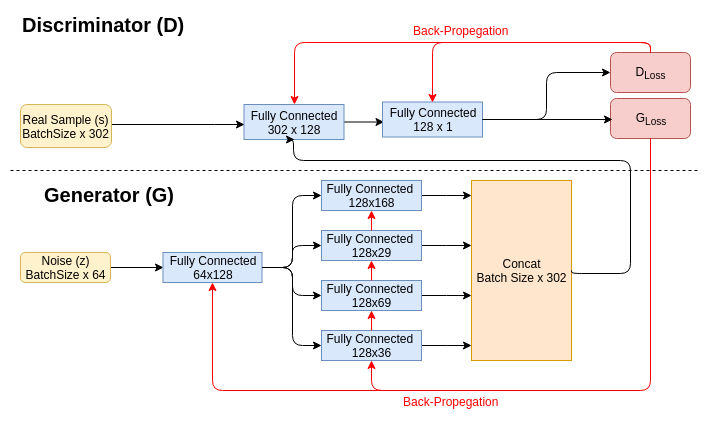
The draw.io diagram 04_design_implementation/figs/model_simple.png in AMRakibulHasan/Sweet_Thesis, before a commit. Source tidied: cells renumbered, new cells last; positions are measured from the earlier drawing's top-left corner, leaving out a move shared by most shapes.
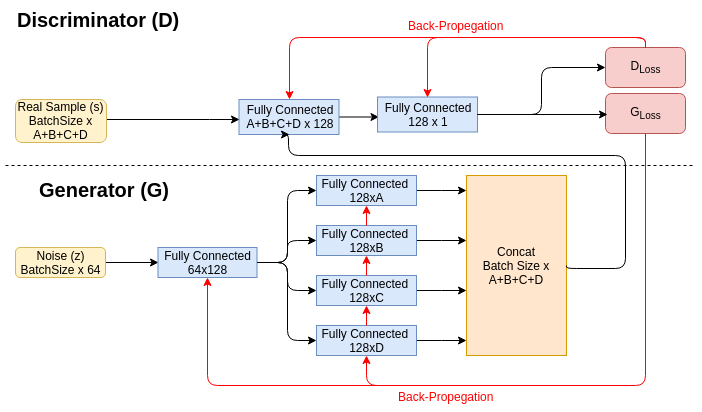
After the change.

What changed in the source:
```diff
@@ -14,25 +14,25 @@
     <mxCell id="5" style="edgeStyle=elbowEdgeStyle;rounded=0;html=1;jettySize=auto;elbow=vertical;" parent="1" edge="1" source="6" target="23">
       <mxGeometry relative="1" as="geometry" />
     </mxCell>
-    <mxCell id="6" value="Fully Connected&amp;nbsp;&lt;br&gt;128x168&lt;br&gt;" style="rounded=0;whiteSpace=wrap;html=1;fillColor=#dae8fc;strokeColor=#6c8ebf;" parent="1" vertex="1">
+    <mxCell id="6" value="Fully Connected&amp;nbsp;&lt;br&gt;128xA&lt;br&gt;" style="rounded=0;whiteSpace=wrap;html=1;fillColor=#dae8fc;strokeColor=#6c8ebf;" parent="1" vertex="1">
       <mxGeometry x="311" y="170" width="100" height="30" as="geometry" />
     </mxCell>
     <mxCell id="7" style="edgeStyle=elbowEdgeStyle;rounded=0;html=1;jettySize=auto;elbow=vertical;" parent="1" edge="1" source="8" target="23">
       <mxGeometry relative="1" as="geometry" />
     </mxCell>
-    <mxCell id="8" value="Fully Connected&amp;nbsp;&lt;br&gt;128x29&lt;br&gt;" style="rounded=0;whiteSpace=wrap;html=1;fillColor=#dae8fc;strokeColor=#6c8ebf;" parent="1" vertex="1">
+    <mxCell id="8" value="Fully Connected&amp;nbsp;&lt;br&gt;128xB&lt;br&gt;" style="rounded=0;whiteSpace=wrap;html=1;fillColor=#dae8fc;strokeColor=#6c8ebf;" parent="1" vertex="1">
       <mxGeometry x="311" y="220" width="100" height="30" as="geometry" />
     </mxCell>
     <mxCell id="9" style="edgeStyle=elbowEdgeStyle;rounded=0;html=1;jettySize=auto;elbow=vertical;" parent="1" edge="1" source="10" target="23">
       <mxGeometry relative="1" as="geometry" />
     </mxCell>
-    <mxCell id="10" value="Fully Connected&amp;nbsp;&lt;br&gt;128x69&lt;br&gt;" style="rounded=0;whiteSpace=wrap;html=1;fillColor=#dae8fc;strokeColor=#6c8ebf;" parent="1" vertex="1">
+    <mxCell id="10" value="Fully Connected&amp;nbsp;&lt;br&gt;128xC&lt;br&gt;" style="rounded=0;whiteSpace=wrap;html=1;fillColor=#dae8fc;strokeColor=#6c8ebf;" parent="1" vertex="1">
       <mxGeometry x="311" y="270" width="100" height="30" as="geometry" />
     </mxCell>
     <mxCell id="11" style="edgeStyle=elbowEdgeStyle;rounded=0;html=1;jettySize=auto;elbow=vertical;" parent="1" edge="1" source="12" target="23">
       <mxGeometry relative="1" as="geometry" />
     </mxCell>
-    <mxCell id="12" value="Fully Connected&amp;nbsp;&lt;br&gt;128x36&lt;br&gt;" style="rounded=0;whiteSpace=wrap;html=1;fillColor=#dae8fc;strokeColor=#6c8ebf;" parent="1" vertex="1">
+    <mxCell id="12" value="Fully Connected&amp;nbsp;&lt;br&gt;128xD&lt;br&gt;" style="rounded=0;whiteSpace=wrap;html=1;fillColor=#dae8fc;strokeColor=#6c8ebf;" parent="1" vertex="1">
       <mxGeometry x="311" y="320" width="100" height="30" as="geometry" />
     </mxCell>
     <mxCell id="13" style="endArrow=classic;html=1;exitX=1;exitY=0.5;entryX=0;entryY=0.5;startArrow=none;startFill=0;edgeStyle=elbowEdgeStyle;" parent="1" edge="1" source="4" target="6">
@@ -52,7 +52,7 @@
         <mxPoint x="373.5" y="111.5" as="targetPoint" />
       </mxGeometry>
     </mxCell>
-    <mxCell id="18" value="Fully Connected&lt;br&gt;302 x 128&lt;br&gt;" style="rounded=0;whiteSpace=wrap;html=1;fillColor=#dae8fc;strokeColor=#6c8ebf;" parent="1" vertex="1">
+    <mxCell id="18" value="Fully Connected&lt;br&gt;A+B+C+D x 128&lt;br&gt;" style="rounded=0;whiteSpace=wrap;html=1;fillColor=#dae8fc;strokeColor=#6c8ebf;" parent="1" vertex="1">
       <mxGeometry x="233.5" y="94" width="100" height="35" as="geometry" />
     </mxCell>
     <mxCell id="19" value="Fully Connected&lt;br&gt;128 x 1&lt;br&gt;" style="rounded=0;whiteSpace=wrap;html=1;fillColor=#dae8fc;strokeColor=#6c8ebf;" parent="1" vertex="1">
@@ -70,16 +70,17 @@
         <mxPoint x="690" y="160" as="targetPoint" />
       </mxGeometry>
     </mxCell>
-    <mxCell id="23" value="Concat&lt;br&gt;Batch Size x 302&lt;br&gt;" style="rounded=0;whiteSpace=wrap;html=1;fillColor=#ffe6cc;strokeColor=#d79b00;" parent="1" vertex="1">
+    <mxCell id="23" value="Concat&lt;br&gt;Batch Size x A+B+C+D&lt;br&gt;" style="rounded=0;whiteSpace=wrap;html=1;fillColor=#ffe6cc;strokeColor=#d79b00;" parent="1" vertex="1">
       <mxGeometry x="461" y="170" width="100" height="180" as="geometry" />
     </mxCell>
-    <mxCell id="24" style="endArrow=classic;html=1;exitX=1;exitY=0.5;edgeStyle=orthogonalEdgeStyle;entryX=0.5;entryY=1;" parent="1" edge="1" source="23" target="18">
+    <mxCell id="24" style="endArrow=classic;html=1;exitX=1;exitY=0.5;edgeStyle=orthogonalEdgeStyle;entryX=0.5;entryY=1;entryDx=0;entryDy=0;" parent="1" edge="1" source="23" target="18">
       <mxGeometry relative="1" as="geometry">
         <Array as="points">
           <mxPoint x="561" y="263" />
           <mxPoint x="620" y="263" />
           <mxPoint x="620" y="150" />
           <mxPoint x="283" y="150" />
+          <mxPoint x="283" y="129" />
         </Array>
       </mxGeometry>
     </mxCell>
@@ -92,7 +93,7 @@
         </Array>
       </mxGeometry>
     </mxCell>
-    <mxCell id="26" value="&lt;font style=&quot;font-size: 12px&quot;&gt;Real Sample (s)&lt;br&gt;BatchSize x 302&lt;br&gt;&lt;/font&gt;" style="rounded=1;whiteSpace=wrap;html=1;fillColor=#fff2cc;strokeColor=#d6b656;" parent="1" vertex="1">
+    <mxCell id="26" value="&lt;font style=&quot;font-size: 12px&quot;&gt;Real Sample (s)&lt;br&gt;BatchSize x A+B+C+D&lt;br&gt;&lt;/font&gt;" style="rounded=1;whiteSpace=wrap;html=1;fillColor=#fff2cc;strokeColor=#d6b656;" parent="1" vertex="1">
       <mxGeometry x="10" y="94" width="91" height="43" as="geometry" />
     </mxCell>
     <mxCell id="27" value="G&lt;sub&gt;Loss&lt;/sub&gt;&lt;br&gt;" style="rounded=1;whiteSpace=wrap;html=1;fillColor=#f8cecc;strokeColor=#b85450;" parent="1" vertex="1">
```
